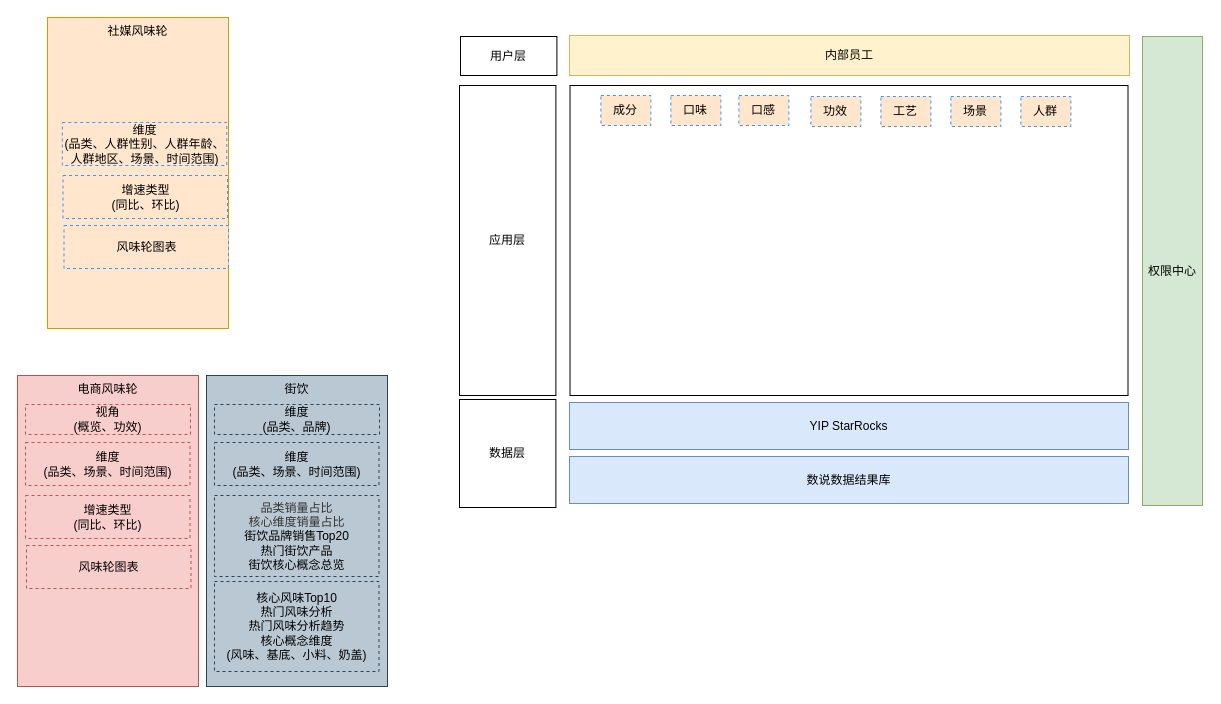
Above: page "伊利海外趋势" (5 of 5) of 数据服务3.0.drawio in jk1420/data-api (draw.io), before the change. Source tidied: cells renumbered, new cells numbered last; positions are measured from the earlier drawing's top-left corner, leaving out a move shared by most shapes. Both pictures are drawn from the tidied source at 100%, with x=0, y=0 at pixel (17, 17).
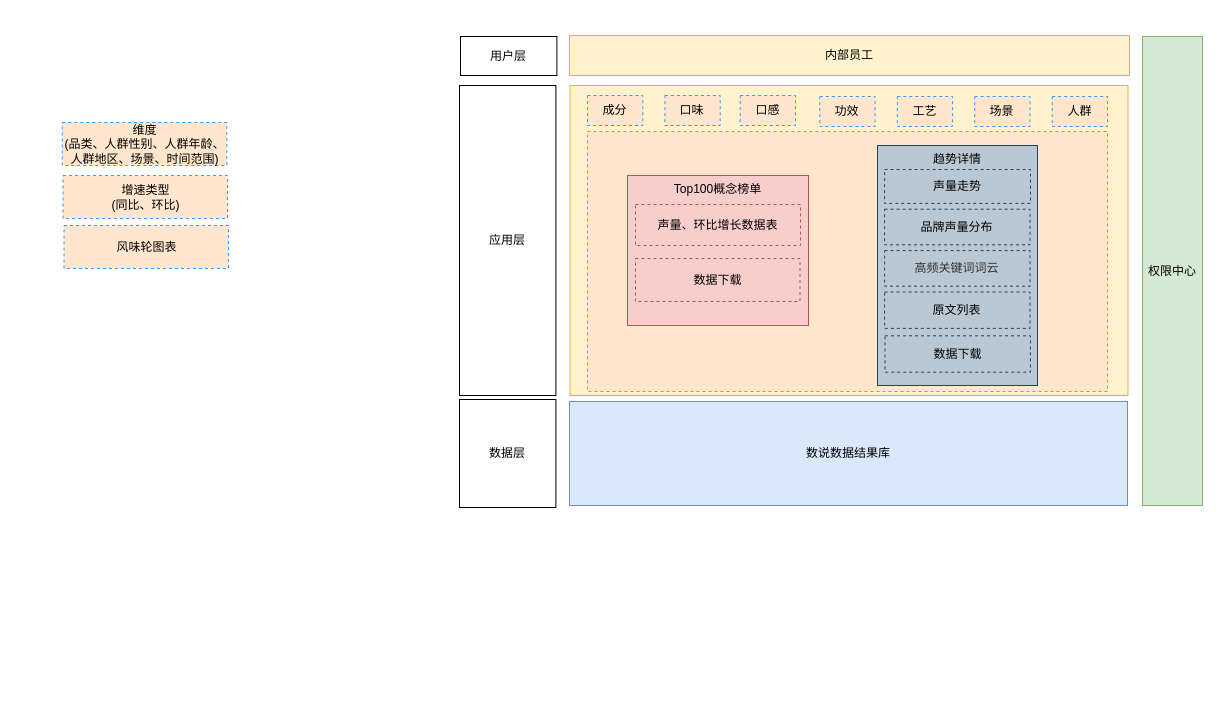
After the change.

Commit message:
更新数据服务3.0.drawio

Diff of the diagram source:
```diff
@@
-<mxGraphModel>
+<mxGraphModel background="#ffffff">
@@
-    <mxCell id="2" style="rounded=0;whiteSpace=wrap;html=1;" parent="1" vertex="1">
+    <mxCell id="2" style="rounded=0;whiteSpace=wrap;html=1;fillColor=#fff2cc;strokeColor=#d6b656;" parent="1" vertex="1">
       <mxGeometry x="552.5" y="68" width="558" height="310" as="geometry" />
     </mxCell>
@@
-    <mxCell id="7" style="group;fillColor=#a20025;strokeColor=#6F0000;fontColor=#ffffff;" parent="1" vertex="1">
-      <mxGeometry x="189" y="358" width="181" height="200" as="geometry" />
-    </mxCell>
-    <mxCell id="8" value="社媒风味轮" style="rounded=0;whiteSpace=wrap;html=1;horizontal=1;verticalAlign=top;fillColor=#ffe6cc;strokeColor=#d79b00;" parent="1" vertex="1">
-      <mxGeometry x="30" width="181" height="311" as="geometry" />
+    <mxCell id="8" style="rounded=0;whiteSpace=wrap;html=1;horizontal=1;verticalAlign=top;fillColor=#ffe6cc;strokeColor=#d79b00;dashed=1;" parent="1" vertex="1">
+      <mxGeometry x="570" y="114" width="520" height="260" as="geometry" />
     </mxCell>
-    <mxCell id="9" value="成分" style="rounded=0;whiteSpace=wrap;html=1;dashed=1;fillColor=#ffe6cc;strokeColor=#3399FF;" parent="1" vertex="1">
-      <mxGeometry x="583.4" y="78" width="50" height="30" as="geometry" />
-    </mxCell>
@@
-    <mxCell id="13" value="电商风味轮" style="rounded=0;whiteSpace=wrap;html=1;horizontal=1;verticalAlign=top;fillColor=#f8cecc;strokeColor=#b85450;" parent="1" vertex="1">
-      <mxGeometry y="358" width="181" height="311" as="geometry" />
-    </mxCell>
-    <mxCell id="14" value="视角&lt;div&gt;(概览、功效)&lt;/div&gt;" style="rounded=0;whiteSpace=wrap;html=1;dashed=1;fillColor=#f8cecc;strokeColor=#b85450;" parent="1" vertex="1">
-      <mxGeometry x="8" y="387" width="165" height="30" as="geometry" />
-    </mxCell>
-    <mxCell id="15" value="&lt;div&gt;维度&lt;/div&gt;&lt;div&gt;(品类、场景、时间范围)&lt;/div&gt;" style="rounded=0;whiteSpace=wrap;html=1;dashed=1;fillColor=#f8cecc;strokeColor=#b85450;" parent="1" vertex="1">
-      <mxGeometry x="8" y="425" width="164.5" height="43" as="geometry" />
-    </mxCell>
-    <mxCell id="16" value="&lt;div&gt;增速类型&lt;/div&gt;&lt;div&gt;(同比、环比)&lt;/div&gt;" style="rounded=0;whiteSpace=wrap;html=1;dashed=1;fillColor=#f8cecc;strokeColor=#b85450;" parent="1" vertex="1">
-      <mxGeometry x="8" y="478" width="164.5" height="43" as="geometry" />
-    </mxCell>
-    <mxCell id="17" value="&lt;div&gt;风味轮图表&lt;/div&gt;" style="rounded=0;whiteSpace=wrap;html=1;dashed=1;fillColor=#f8cecc;strokeColor=#b85450;" parent="1" vertex="1">
-      <mxGeometry x="9" y="528" width="164.5" height="43" as="geometry" />
-    </mxCell>
-    <mxCell id="18" value="街饮" style="rounded=0;whiteSpace=wrap;html=1;horizontal=1;verticalAlign=top;fillColor=#bac8d3;strokeColor=#23445d;" parent="1" vertex="1">
-      <mxGeometry x="189" y="358" width="181" height="311" as="geometry" />
-    </mxCell>
-    <mxCell id="19" value="&lt;div&gt;维度&lt;/div&gt;&lt;div&gt;(品类、品牌)&lt;/div&gt;" style="rounded=0;whiteSpace=wrap;html=1;dashed=1;fillColor=#bac8d3;strokeColor=#23445d;" parent="1" vertex="1">
-      <mxGeometry x="197" y="387" width="165" height="30" as="geometry" />
-    </mxCell>
-    <mxCell id="20" value="&lt;div&gt;维度&lt;/div&gt;&lt;div&gt;(品类、场景、时间范围)&lt;/div&gt;" style="rounded=0;whiteSpace=wrap;html=1;dashed=1;fillColor=#bac8d3;strokeColor=#23445d;" parent="1" vertex="1">
-      <mxGeometry x="197" y="425" width="164.5" height="43" as="geometry" />
-    </mxCell>
-    <mxCell id="21" value="&lt;div&gt;&lt;font style=&quot;font-size: 12px;&quot;&gt;&lt;span style=&quot;color: rgb(51, 51, 51); font-family: 等线; text-align: left; text-indent: -22.4px;&quot;&gt;品类销量占比&lt;/span&gt;&lt;br&gt;&lt;/font&gt;&lt;/div&gt;&lt;div&gt;&lt;font style=&quot;font-size: 12px;&quot;&gt;&lt;span style=&quot;color: rgb(51, 51, 51); font-family: 等线; text-align: left; text-indent: -22.4px;&quot;&gt;核心维度销量占比&lt;/span&gt;&lt;span style=&quot;color: rgb(51, 51, 51); font-family: 等线; text-align: left; text-indent: -22.4px;&quot;&gt;&lt;br&gt;&lt;/span&gt;&lt;/font&gt;&lt;/div&gt;&lt;div&gt;&lt;font style=&quot;font-size: 12px;&quot;&gt;街饮品牌销售Top20&lt;/font&gt;&lt;/div&gt;&lt;div&gt;&lt;font style=&quot;font-size: 12px;&quot;&gt;热门街饮产品&lt;/font&gt;&lt;/div&gt;&lt;div&gt;&lt;font style=&quot;font-size: 12px;&quot;&gt;街饮核心概念总览&lt;/font&gt;&lt;/div&gt;" style="rounded=0;whiteSpace=wrap;html=1;dashed=1;fillColor=#bac8d3;strokeColor=#23445d;verticalAlign=middle;" parent="1" vertex="1">
-      <mxGeometry x="197" y="478" width="164.5" height="81" as="geometry" />
-    </mxCell>
-    <mxCell id="22" value="&lt;div&gt;核心风味Top10&lt;/div&gt;&lt;div&gt;热门风味分析&lt;/div&gt;&lt;div&gt;热门风味分析趋势&lt;/div&gt;&lt;div&gt;核心概念维度&lt;/div&gt;&lt;div&gt;(风味、基底、小料、奶盖)&lt;/div&gt;" style="rounded=0;whiteSpace=wrap;html=1;dashed=1;fillColor=#bac8d3;strokeColor=#23445d;" parent="1" vertex="1">
-      <mxGeometry x="197" y="564" width="164.5" height="90" as="geometry" />
-    </mxCell>
@@
-    <mxCell id="24" value="YIP StarRocks" style="rounded=0;whiteSpace=wrap;html=1;fillColor=#dae8fc;strokeColor=#6c8ebf;" parent="1" vertex="1">
-      <mxGeometry x="552" y="385" width="559" height="47" as="geometry" />
-    </mxCell>
     <mxCell id="25" value="数说数据结果库" style="rounded=0;whiteSpace=wrap;html=1;fillColor=#dae8fc;strokeColor=#6c8ebf;" parent="1" vertex="1">
-      <mxGeometry x="552" y="439" width="559" height="47" as="geometry" />
+      <mxGeometry x="552" y="384" width="558" height="104" as="geometry" />
     </mxCell>
+    <mxCell id="32" style="group;" parent="1" vertex="1">
+      <mxGeometry x="570" y="78" width="520" height="31" as="geometry" />
+    </mxCell>
+    <mxCell id="9" value="成分" style="rounded=0;whiteSpace=wrap;html=1;dashed=1;fillColor=#ffe6cc;strokeColor=#3399FF;" parent="32" vertex="1">
+      <mxGeometry width="55.3" height="30" as="geometry" />
+    </mxCell>
-    <mxCell id="26" value="口味" style="rounded=0;whiteSpace=wrap;html=1;dashed=1;fillColor=#ffe6cc;strokeColor=#3399FF;" parent="1" vertex="1">
-      <mxGeometry x="653.4" y="78" width="50" height="30" as="geometry" />
+    <mxCell id="26" value="口味" style="rounded=0;whiteSpace=wrap;html=1;dashed=1;fillColor=#ffe6cc;strokeColor=#3399FF;" parent="32" vertex="1">
+      <mxGeometry x="77.4" width="55.3" height="30" as="geometry" />
     </mxCell>
-    <mxCell id="27" value="口感" style="rounded=0;whiteSpace=wrap;html=1;dashed=1;fillColor=#ffe6cc;strokeColor=#3399FF;" parent="1" vertex="1">
-      <mxGeometry x="721.4" y="78" width="50" height="30" as="geometry" />
+    <mxCell id="27" value="口感" style="rounded=0;whiteSpace=wrap;html=1;dashed=1;fillColor=#ffe6cc;strokeColor=#3399FF;" parent="32" vertex="1">
+      <mxGeometry x="152.7" width="55.3" height="30" as="geometry" />
     </mxCell>
-    <mxCell id="28" value="功效" style="rounded=0;whiteSpace=wrap;html=1;dashed=1;fillColor=#ffe6cc;strokeColor=#3399FF;" parent="1" vertex="1">
-      <mxGeometry x="793.4" y="79" width="50" height="30" as="geometry" />
+    <mxCell id="28" value="功效" style="rounded=0;whiteSpace=wrap;html=1;dashed=1;fillColor=#ffe6cc;strokeColor=#3399FF;" parent="32" vertex="1">
+      <mxGeometry x="232.3" y="1" width="55.3" height="30" as="geometry" />
     </mxCell>
-    <mxCell id="29" value="工艺" style="rounded=0;whiteSpace=wrap;html=1;dashed=1;fillColor=#ffe6cc;strokeColor=#3399FF;" parent="1" vertex="1">
-      <mxGeometry x="863.4" y="79" width="50" height="30" as="geometry" />
+    <mxCell id="29" value="工艺" style="rounded=0;whiteSpace=wrap;html=1;dashed=1;fillColor=#ffe6cc;strokeColor=#3399FF;" parent="32" vertex="1">
+      <mxGeometry x="309.8" y="1" width="55.3" height="30" as="geometry" />
     </mxCell>
-    <mxCell id="30" value="场景" style="rounded=0;whiteSpace=wrap;html=1;dashed=1;fillColor=#ffe6cc;strokeColor=#3399FF;" parent="1" vertex="1">
-      <mxGeometry x="933.4" y="79" width="50" height="30" as="geometry" />
+    <mxCell id="30" value="场景" style="rounded=0;whiteSpace=wrap;html=1;dashed=1;fillColor=#ffe6cc;strokeColor=#3399FF;" parent="32" vertex="1">
+      <mxGeometry x="387.2" y="1" width="55.3" height="30" as="geometry" />
     </mxCell>
-    <mxCell id="31" value="人群" style="rounded=0;whiteSpace=wrap;html=1;dashed=1;fillColor=#ffe6cc;strokeColor=#3399FF;" parent="1" vertex="1">
-      <mxGeometry x="1003.4" y="79" width="50" height="30" as="geometry" />
+    <mxCell id="31" value="人群" style="rounded=0;whiteSpace=wrap;html=1;dashed=1;fillColor=#ffe6cc;strokeColor=#3399FF;" parent="32" vertex="1">
+      <mxGeometry x="464.7" y="1" width="55.3" height="30" as="geometry" />
     </mxCell>
+    <mxCell id="33" style="group;" parent="1" vertex="1">
+      <mxGeometry x="610" y="158" width="181" height="150" as="geometry" />
+    </mxCell>
+    <mxCell id="13" value="Top100概念榜单" style="rounded=0;whiteSpace=wrap;html=1;horizontal=1;verticalAlign=top;fillColor=#f8cecc;strokeColor=#b85450;" parent="33" vertex="1">
+      <mxGeometry width="181" height="150" as="geometry" />
+    </mxCell>
+    <mxCell id="14" value="声量、环比增长数据表" style="rounded=0;whiteSpace=wrap;html=1;dashed=1;fillColor=#f8cecc;strokeColor=#b85450;" parent="33" vertex="1">
+      <mxGeometry x="8" y="29" width="165" height="41" as="geometry" />
+    </mxCell>
+    <mxCell id="15" value="&lt;div&gt;数据下载&lt;/div&gt;" style="rounded=0;whiteSpace=wrap;html=1;dashed=1;fillColor=#f8cecc;strokeColor=#b85450;" parent="33" vertex="1">
+      <mxGeometry x="8" y="83" width="164.5" height="43" as="geometry" />
+    </mxCell>
+    <mxCell id="34" style="group;" parent="1" vertex="1">
+      <mxGeometry x="860" y="128" width="160" height="240" as="geometry" />
+    </mxCell>
+    <mxCell id="7" style="group;fillColor=#a20025;strokeColor=#6F0000;fontColor=#ffffff;" parent="34" vertex="1">
+      <mxGeometry width="160" height="165.5" as="geometry" />
+    </mxCell>
+    <mxCell id="18" value="趋势详情" style="rounded=0;whiteSpace=wrap;html=1;horizontal=1;verticalAlign=top;fillColor=#bac8d3;strokeColor=#23445d;" parent="34" vertex="1">
+      <mxGeometry width="160" height="240" as="geometry" />
+    </mxCell>
+    <mxCell id="19" value="&lt;div&gt;声量走势&lt;/div&gt;" style="rounded=0;whiteSpace=wrap;html=1;dashed=1;fillColor=#bac8d3;strokeColor=#23445d;" parent="34" vertex="1">
+      <mxGeometry x="7.1" y="24" width="145.9" height="33.9" as="geometry" />
+    </mxCell>
+    <mxCell id="20" value="&lt;div&gt;品牌声量分布&lt;/div&gt;" style="rounded=0;whiteSpace=wrap;html=1;dashed=1;fillColor=#bac8d3;strokeColor=#23445d;" parent="34" vertex="1">
+      <mxGeometry x="7.1" y="63.7" width="145.4" height="35.6" as="geometry" />
+    </mxCell>
+    <mxCell id="21" value="&lt;font face=&quot;等线&quot; color=&quot;#333333&quot;&gt;高频关键词词云&lt;/font&gt;" style="rounded=0;whiteSpace=wrap;html=1;dashed=1;fillColor=#bac8d3;strokeColor=#23445d;verticalAlign=middle;" parent="34" vertex="1">
+      <mxGeometry x="7.1" y="105.1" width="145.4" height="35.6" as="geometry" />
+    </mxCell>
+    <mxCell id="22" value="原文列表" style="rounded=0;whiteSpace=wrap;html=1;dashed=1;fillColor=#bac8d3;strokeColor=#23445d;" parent="34" vertex="1">
+      <mxGeometry x="7.1" y="146.5" width="145.4" height="36.4" as="geometry" />
+    </mxCell>
+    <mxCell id="35" value="数据下载" style="rounded=0;whiteSpace=wrap;html=1;dashed=1;fillColor=#bac8d3;strokeColor=#23445d;" parent="34" vertex="1">
+      <mxGeometry x="7.5" y="190.3" width="145.4" height="36.4" as="geometry" />
+    </mxCell>
```
